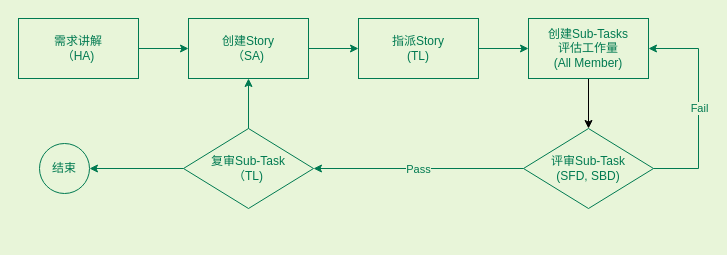
This is JIRA Task BreakDown Flow.drawio from devin-tse/test, a draw.io file, before an edit. Source tidied: cells renumbered, new cells numbered last; positions are measured from the earlier drawing's top-left corner, leaving out a move shared by most shapes. Both pictures are drawn from the tidied source at 100%, with x=0, y=0 at pixel (18, 18).
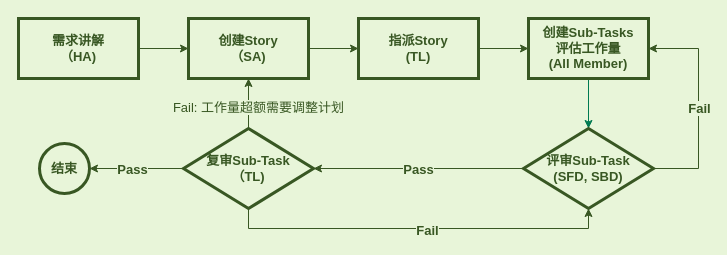
Above is the later version.

Diff of the diagram source:
```diff
@@
-    <mxCell id="2" style="edgeStyle=orthogonalEdgeStyle;rounded=0;jettySize=auto;labelBackgroundColor=none;fontColor=#007A51;labelBorderColor=none;html=1;strokeColor=#007A51;" parent="1" edge="1" source="3" target="5">
+    <mxCell id="2" style="edgeStyle=orthogonalEdgeStyle;rounded=0;jettySize=auto;labelBackgroundColor=none;fontColor=#385723;labelBorderColor=none;html=1;strokeColor=#385723;fontSize=13;" parent="1" edge="1" source="3" target="5">
       <mxGeometry relative="1" as="geometry" />
     </mxCell>
-    <mxCell id="3" value="需求讲解&lt;br&gt;（HA)" style="rounded=0;labelBackgroundColor=none;fontColor=#007A51;labelBorderColor=none;whiteSpace=wrap;html=1;fillColor=none;strokeColor=#007A51;" parent="1" vertex="1">
+    <mxCell id="3" value="&lt;font style=&quot;font-size: 13px&quot;&gt;&lt;b&gt;需求讲解&lt;br style=&quot;font-size: 13px&quot;&gt;（HA)&lt;/b&gt;&lt;/font&gt;" style="rounded=0;labelBackgroundColor=none;fontColor=#385723;labelBorderColor=none;whiteSpace=wrap;html=1;fillColor=none;strokeColor=#385723;strokeWidth=3;fontSize=13;" parent="1" vertex="1">
       <mxGeometry width="120" height="60" as="geometry" />
     </mxCell>
-    <mxCell id="4" style="edgeStyle=orthogonalEdgeStyle;rounded=0;jettySize=auto;labelBackgroundColor=none;fontColor=#007A51;labelBorderColor=none;html=1;strokeColor=#007A51;" parent="1" edge="1" source="5" target="7">
+    <mxCell id="4" style="edgeStyle=orthogonalEdgeStyle;rounded=0;jettySize=auto;labelBackgroundColor=none;fontColor=#385723;labelBorderColor=none;html=1;strokeColor=#385723;fontSize=13;" parent="1" edge="1" source="5" target="7">
       <mxGeometry relative="1" as="geometry" />
     </mxCell>
-    <mxCell id="5" value="创建Story&lt;br&gt;（SA)" style="rounded=0;labelBackgroundColor=none;fontColor=#007A51;labelBorderColor=none;whiteSpace=wrap;html=1;fillColor=none;strokeColor=#007A51;" parent="1" vertex="1">
+    <mxCell id="5" value="&lt;font style=&quot;font-size: 13px&quot;&gt;&lt;b&gt;创建Story&lt;br style=&quot;font-size: 13px&quot;&gt;（SA)&lt;/b&gt;&lt;/font&gt;" style="rounded=0;labelBackgroundColor=none;fontColor=#385723;labelBorderColor=none;whiteSpace=wrap;html=1;fillColor=none;strokeColor=#385723;strokeWidth=3;fontSize=13;" parent="1" vertex="1">
       <mxGeometry x="170" width="120" height="60" as="geometry" />
     </mxCell>
-    <mxCell id="6" style="edgeStyle=orthogonalEdgeStyle;rounded=0;jettySize=auto;labelBackgroundColor=none;fontColor=#007A51;labelBorderColor=none;html=1;strokeColor=#007A51;" parent="1" edge="1" source="7" target="9">
+    <mxCell id="6" style="edgeStyle=orthogonalEdgeStyle;rounded=0;jettySize=auto;labelBackgroundColor=none;fontColor=#385723;labelBorderColor=none;html=1;strokeColor=#385723;fontSize=13;" parent="1" edge="1" source="7" target="9">
       <mxGeometry relative="1" as="geometry" />
     </mxCell>
-    <mxCell id="7" value="指派Story&lt;br&gt;(TL)" style="rounded=0;labelBackgroundColor=none;fontColor=#007A51;labelBorderColor=none;whiteSpace=wrap;html=1;fillColor=none;strokeColor=#007A51;" parent="1" vertex="1">
+    <mxCell id="7" value="&lt;b&gt;指派Story&lt;br style=&quot;font-size: 13px&quot;&gt;(TL)&lt;/b&gt;" style="rounded=0;labelBackgroundColor=none;fontColor=#385723;labelBorderColor=none;whiteSpace=wrap;html=1;fillColor=none;strokeColor=#385723;strokeWidth=3;fontSize=13;" parent="1" vertex="1">
       <mxGeometry x="340" width="120" height="60" as="geometry" />
     </mxCell>
-    <mxCell id="8" style="edgeStyle=orthogonalEdgeStyle;rounded=0;jettySize=auto;labelBackgroundColor=none;fontColor=#007A51;labelBorderColor=none;html=1;" parent="1" edge="1" source="9" target="12">
+    <mxCell id="8" style="edgeStyle=orthogonalEdgeStyle;rounded=0;jettySize=auto;labelBackgroundColor=none;fontColor=#385723;labelBorderColor=none;html=1;fontSize=13;strokeColor=#007A51;" parent="1" edge="1" source="9" target="12">
       <mxGeometry relative="1" as="geometry" />
     </mxCell>
-    <mxCell id="9" value="创建Sub-Tasks&lt;br&gt;评估工作量&lt;br&gt;(All Member)" style="rounded=0;labelBackgroundColor=none;fontColor=#007A51;labelBorderColor=none;whiteSpace=wrap;html=1;fillColor=none;strokeColor=#007A51;" parent="1" vertex="1">
+    <mxCell id="9" value="&lt;b&gt;创建Sub-Tasks&lt;br style=&quot;font-size: 13px&quot;&gt;评估工作量&lt;br style=&quot;font-size: 13px&quot;&gt;(All Member)&lt;/b&gt;" style="rounded=0;labelBackgroundColor=none;fontColor=#385723;labelBorderColor=none;whiteSpace=wrap;html=1;fillColor=none;strokeColor=#385723;strokeWidth=3;fontSize=13;" parent="1" vertex="1">
       <mxGeometry x="510" width="120" height="60" as="geometry" />
     </mxCell>
-    <mxCell id="10" style="edgeStyle=orthogonalEdgeStyle;rounded=0;jettySize=auto;exitX=1;exitY=0.5;exitDx=0;exitDy=0;entryX=1;entryY=0.5;entryDx=0;entryDy=0;labelBackgroundColor=none;fontColor=#007A51;labelBorderColor=none;html=1;strokeColor=#007A51;" parent="1" edge="1" source="12" target="9">
+    <mxCell id="10" style="edgeStyle=orthogonalEdgeStyle;rounded=0;jettySize=auto;exitX=1;exitY=0.5;exitDx=0;exitDy=0;entryX=1;entryY=0.5;entryDx=0;entryDy=0;labelBackgroundColor=none;fontColor=#385723;labelBorderColor=none;html=1;strokeColor=#385723;fontSize=13;" parent="1" edge="1" source="12" target="9">
       <mxGeometry relative="1" as="geometry">
         <Array as="points">
           <mxPoint x="680" y="150" />
           <mxPoint x="680" y="30" />
         </Array>
       </mxGeometry>
     </mxCell>
-    <mxCell id="11" value="Fail" style="edgeLabel;align=center;verticalAlign=middle;labelBackgroundColor=#E8F5D9;fontColor=#007A51;labelBorderColor=none;html=1;" parent="10" vertex="1">
+    <mxCell id="11" value="&lt;b&gt;Fail&lt;/b&gt;" style="edgeLabel;align=center;verticalAlign=middle;labelBackgroundColor=#E8F5D9;fontColor=#385723;labelBorderColor=none;html=1;fontSize=13;" parent="10" vertex="1">
       <mxGeometry x="0.17" relative="1" as="geometry">
         <mxPoint y="20" as="offset" />
       </mxGeometry>
     </mxCell>
-    <mxCell id="12" value="评审Sub-Task&lt;br&gt;(SFD, SBD)" style="rhombus;labelBackgroundColor=none;fontColor=#007A51;labelBorderColor=none;whiteSpace=wrap;html=1;fillColor=none;strokeColor=#007A51;" parent="1" vertex="1">
+    <mxCell id="12" value="&lt;b&gt;评审Sub-Task&lt;br style=&quot;font-size: 13px&quot;&gt;(SFD, SBD)&lt;/b&gt;" style="rhombus;labelBackgroundColor=none;fontColor=#385723;labelBorderColor=none;whiteSpace=wrap;html=1;fillColor=none;strokeColor=#385723;strokeWidth=3;fontSize=13;" parent="1" vertex="1">
       <mxGeometry x="505" y="110" width="130" height="80" as="geometry" />
     </mxCell>
-    <mxCell id="13" style="edgeStyle=orthogonalEdgeStyle;rounded=0;jettySize=auto;html=1;labelBackgroundColor=none;labelBorderColor=none;fontColor=#007A51;strokeColor=#007A51;" parent="1" edge="1" source="15" target="16">
+    <mxCell id="13" style="edgeStyle=orthogonalEdgeStyle;rounded=0;jettySize=auto;html=1;labelBackgroundColor=none;labelBorderColor=none;fontColor=#385723;strokeColor=#385723;fontSize=13;" parent="1" edge="1" source="15" target="16">
       <mxGeometry relative="1" as="geometry" />
     </mxCell>
+    <mxCell id="19" value="&lt;b&gt;Pass&lt;/b&gt;" style="edgeLabel;html=1;align=center;verticalAlign=middle;fontSize=13;fontColor=#385723;labelBackgroundColor=#E8F5D9;" parent="13" vertex="1">
+      <mxGeometry x="0.2" y="2" relative="1" as="geometry">
+        <mxPoint x="4" y="-2" as="offset" />
+      </mxGeometry>
+    </mxCell>
+    <mxCell id="20" style="edgeStyle=orthogonalEdgeStyle;rounded=0;jettySize=auto;html=1;exitX=0.5;exitY=1;exitDx=0;exitDy=0;entryX=0.5;entryY=1;entryDx=0;entryDy=0;labelBackgroundColor=#E8F5D9;labelBorderColor=none;fontSize=13;fontColor=#385723;strokeColor=#385723;" parent="1" edge="1" source="15" target="12">
+      <mxGeometry relative="1" as="geometry" />
+    </mxCell>
+    <mxCell id="21" value="Fail" style="edgeLabel;html=1;align=center;verticalAlign=middle;fontSize=13;fontColor=#385723;fontStyle=1;labelBackgroundColor=#E8F5D9;" parent="20" vertex="1">
+      <mxGeometry x="0.04" y="-1" relative="1" as="geometry" />
+    </mxCell>
-    <mxCell id="14" style="edgeStyle=orthogonalEdgeStyle;rounded=0;jettySize=auto;html=1;labelBackgroundColor=none;labelBorderColor=none;fontColor=#007A51;strokeColor=#007A51;" parent="1" edge="1" source="15" target="5">
-      <mxGeometry relative="1" as="geometry" />
+    <mxCell id="14" value="Fail:&amp;nbsp;工作量超额需要调整计划" style="edgeStyle=orthogonalEdgeStyle;rounded=0;jettySize=auto;html=1;labelBackgroundColor=#E8F5D9;labelBorderColor=none;fontSize=13;fontColor=#385723;strokeColor=#385723;" parent="1" edge="1" source="15" target="5">
+      <mxGeometry x="-0.16" y="-10" relative="1" as="geometry" />
     </mxCell>
-    <mxCell id="15" value="复审Sub-Task&lt;br&gt;（TL)" style="rhombus;labelBackgroundColor=none;fontColor=#007A51;labelBorderColor=none;whiteSpace=wrap;html=1;fillColor=none;strokeColor=#007A51;" parent="1" vertex="1">
+    <mxCell id="15" value="&lt;b&gt;复审Sub-Task&lt;br style=&quot;font-size: 13px&quot;&gt;（TL)&lt;/b&gt;" style="rhombus;labelBackgroundColor=none;fontColor=#385723;labelBorderColor=none;whiteSpace=wrap;html=1;fillColor=none;strokeColor=#385723;strokeWidth=3;fontSize=13;" parent="1" vertex="1">
       <mxGeometry x="165" y="110" width="130" height="80" as="geometry" />
     </mxCell>
-    <mxCell id="16" value="结束" style="ellipse;labelBackgroundColor=none;fontColor=#007A51;labelBorderColor=none;whiteSpace=wrap;html=1;fillColor=none;strokeColor=#007A51;" parent="1" vertex="1">
+    <mxCell id="16" value="&lt;b&gt;结束&lt;/b&gt;" style="ellipse;labelBackgroundColor=none;fontColor=#385723;labelBorderColor=none;whiteSpace=wrap;html=1;fillColor=none;strokeColor=#385723;strokeWidth=3;fontSize=13;" parent="1" vertex="1">
       <mxGeometry x="21" y="125" width="50" height="50" as="geometry" />
     </mxCell>
-    <mxCell id="17" style="edgeStyle=elbowEdgeStyle;elbow=horizontal;endArrow=classic;rounded=0;entryX=1;entryY=0.5;entryDx=0;entryDy=0;labelBackgroundColor=none;fontColor=#007A51;labelBorderColor=none;html=1;strokeColor=#007A51;" parent="1" edge="1" target="15">
+    <mxCell id="17" style="edgeStyle=elbowEdgeStyle;elbow=horizontal;endArrow=classic;rounded=0;entryX=1;entryY=0.5;entryDx=0;entryDy=0;labelBackgroundColor=none;fontColor=#385723;labelBorderColor=none;html=1;strokeColor=#385723;fontSize=13;" parent="1" edge="1" target="15">
       <mxGeometry relative="1" as="geometry">
         <mxPoint x="505" y="150" as="sourcePoint" />
       </mxGeometry>
     </mxCell>
-    <mxCell id="18" value="Pass" style="edgeLabel;align=center;verticalAlign=middle;labelBackgroundColor=#E8F5D9;fontColor=#007A51;labelBorderColor=none;html=1;" parent="17" vertex="1">
+    <mxCell id="18" value="&lt;b&gt;Pass&lt;/b&gt;" style="edgeLabel;align=center;verticalAlign=middle;labelBackgroundColor=#E8F5D9;fontColor=#385723;labelBorderColor=none;html=1;fontSize=13;" parent="17" vertex="1">
       <mxGeometry x="0.1" relative="1" as="geometry">
         <mxPoint x="10" as="offset" />
       </mxGeometry>
     </mxCell>
```
